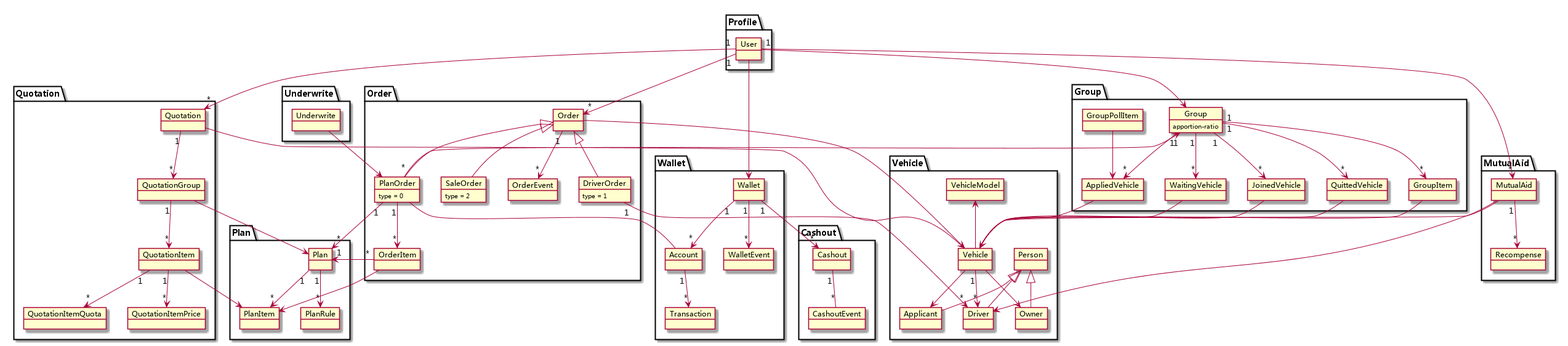
Above: img/models.png in titan/hive-mockserver (PlantUML), before the change.
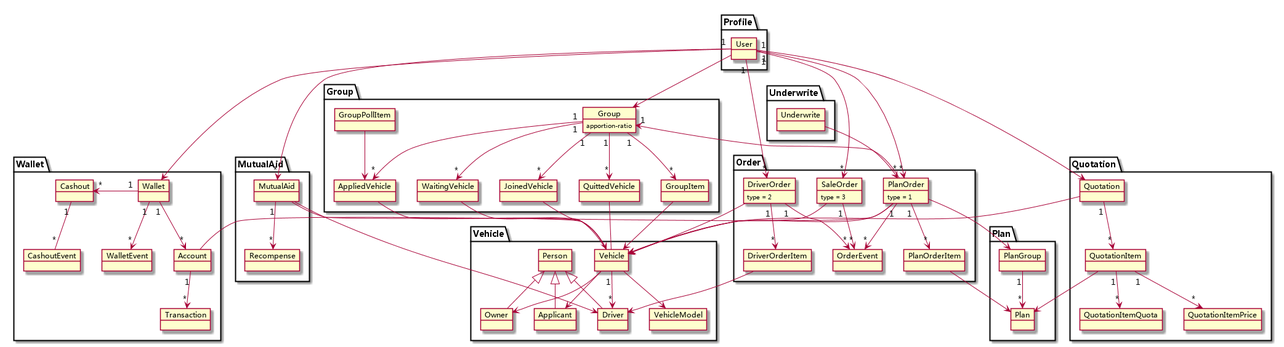
Above is the later version.

Commit message:
Upgrade models

What changed in the source:
```diff
@@ -14,9 +14,8 @@
   object GroupPollItem
 }
 package Plan {
+  object PlanGroup
   object Plan
-  object PlanItem
-  object PlanRule
 }
 package Vehicle {
   object Person
@@ -35,24 +34,25 @@
   object Transaction
   object Account
   object WalletEvent
+  object Cashout
+  object CashoutEvent
 }
 package Order {
-  object Order
   object PlanOrder {
-    type = 0
+    type = 1
   }
   object SaleOrder {
+    type = 3
+  }
+  object DriverOrder {
     type = 2
   }
-  object DriverOrder {
-    type = 1
-  }
-  object OrderItem
+  object PlanOrderItem
+  object DriverOrderItem
   object OrderEvent
 }
 package Quotation {
   object Quotation
-  object QuotationGroup
   object QuotationItem
   object QuotationItemQuota
   object QuotationItemPrice
@@ -60,25 +60,23 @@
 package Underwrite {
   object Underwrite
 }
-package Cashout {
-  object Cashout
-  object CashoutEvent
-}
 
-Plan "1" --> "*" PlanItem
-Plan "1" --> "*" PlanRule
+PlanGroup "1" --> "*" Plan
 
-Order <|-- PlanOrder
-Order <|-- SaleOrder
-Order <|-- DriverOrder
-Order "1" --> "*" OrderEvent
+PlanOrder "1" --> "*" OrderEvent
+SaleOrder "1" --> "*" OrderEvent
+DriverOrder "1" --> "*" OrderEvent
 
-User "1" --> "*" Order
+User "1" --> "*" PlanOrder
+User "1" --> "*" DriverOrder
+User "1" --> "*" SaleOrder
 User "1" --> "*" Quotation
 User --> Wallet
 User --> Group
 
-Order -> Vehicle
+PlanOrder -> Vehicle
+SaleOrder -> Vehicle
+DriverOrder -> Vehicle
 Group "1" <- "*" PlanOrder
 Group "1" --> "*" GroupItem
 Group "1" --> "*" WaitingVehicle
@@ -92,29 +90,28 @@
 JoinedVehicle - Vehicle
 QuittedVehicle - Vehicle
 
-PlanOrder "1" --> "*" Plan
-OrderItem "*" --> "1" Plan
+PlanOrder --> PlanGroup
+PlanOrderItem -> Plan
 
-PlanOrder "1" --> "*" OrderItem
+PlanOrder "1" --> "*" PlanOrderItem
 
-PlanItem <- OrderItem
-
-DriverOrder "1" -> "*" Driver
+DriverOrder "1" --> "*" DriverOrderItem
+DriverOrderItem -> Driver
 
 User "1" --> "*" MutualAid
 
 Person <|-- Driver
 Person <|-- Owner
 Person <|-- Applicant
-VehicleModel <-- Vehicle
+Vehicle --> VehicleModel
 Vehicle "1" --> "*" Driver
 Vehicle --> Owner
 Vehicle --> Applicant
 
 Wallet "1" --> "*" Account
-Wallet "1" --> "*" WalletEvent
 Account "1" --> "*" Transaction
 Wallet "1" -> "*" Cashout
+Wallet "1" --> "*" WalletEvent
 
 PlanOrder - Account
 
@@ -122,17 +119,14 @@
 MutualAid -> Vehicle
 MutualAid "1" --> "*" Recompense
 
-Quotation "1" --> "*" QuotationGroup
-QuotationGroup -> Plan
-QuotationGroup "1" --> "*" QuotationItem
+Quotation "1" --> "*" QuotationItem
+QuotationItem -> Plan
 QuotationItem "1" --> "*" QuotationItemQuota
 QuotationItem "1" --> "*" QuotationItemPrice
 
-PlanItem <- QuotationItem
-
 Quotation -> Vehicle
 
-Underwrite --> PlanOrder
+Underwrite -> PlanOrder
 
 Cashout "1" -- "*" CashoutEvent
 
```
